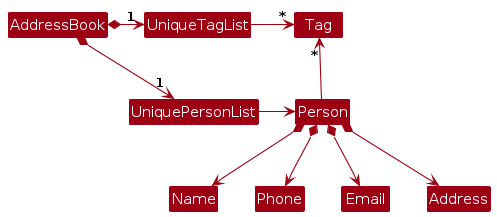
The PlantUML diagram diagrams/BetterModelClassDiagram.png in AY2627S1-CS2103T-T14-2/tp, before a commit. Its source is kept beside it as diagrams/BetterModelClassDiagram.puml.
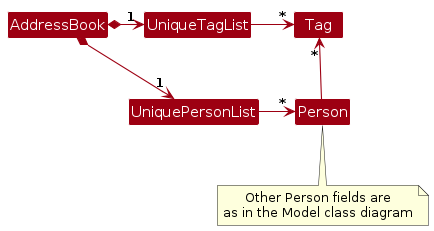
After the commit.

What changed in the source:
```diff
@@ -10,12 +10,10 @@
 UniqueTagList -[hidden]down- UniquePersonList
 
 UniqueTagList -right-> "*" Tag
-UniquePersonList -right-> Person
+UniquePersonList -right-> "*" Person
 
 Person -up-> "*" Tag
 
-Person *--> Name
-Person *--> Phone
-Person *--> Email
-Person *--> Address
+note "Other Person fields are\nas in the Model class diagram" as FieldsNote
+FieldsNote .up. Person
 @enduml
```
